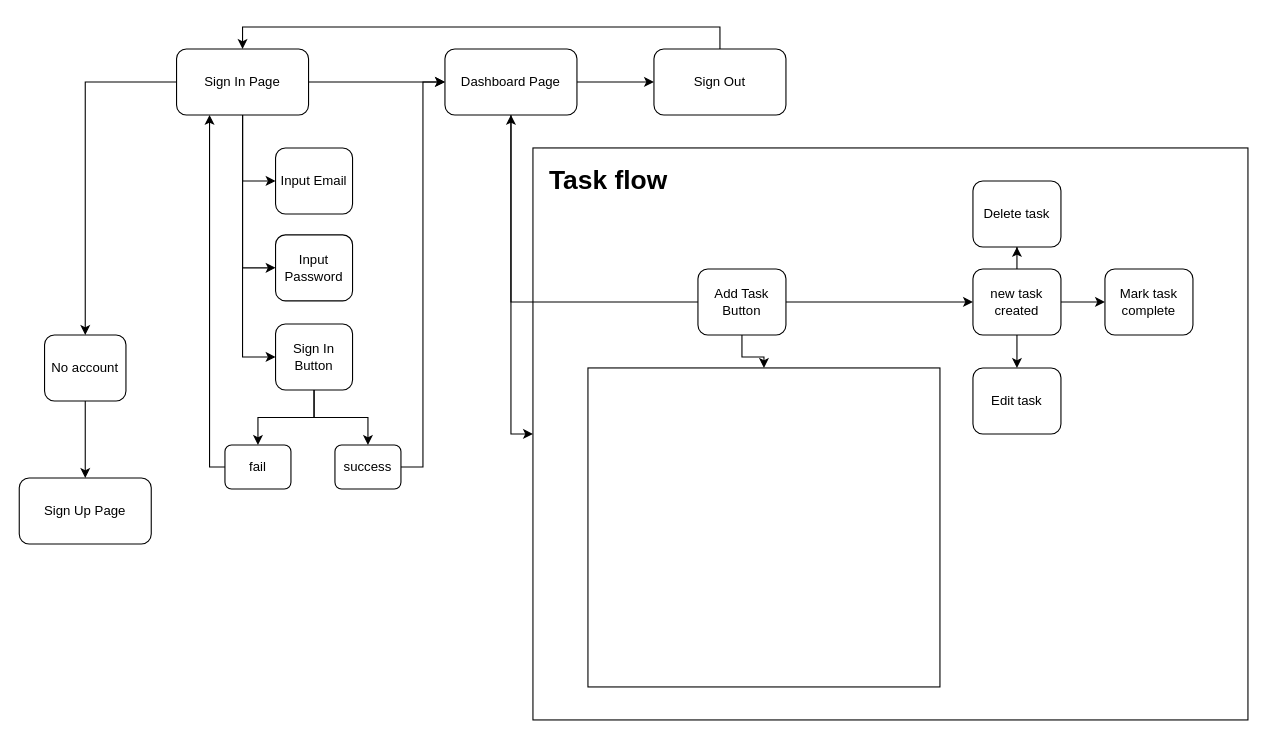
Before: activity_diagram.drawio in reaperxyndrome/my-todo, a draw.io diagram. Source tidied: cells renumbered, new cells numbered last; positions are measured from the earlier drawing's top-left corner, leaving out a move shared by most shapes. Both pictures are drawn from the tidied source at 110%, with x=0, y=0 at pixel (19, 26).
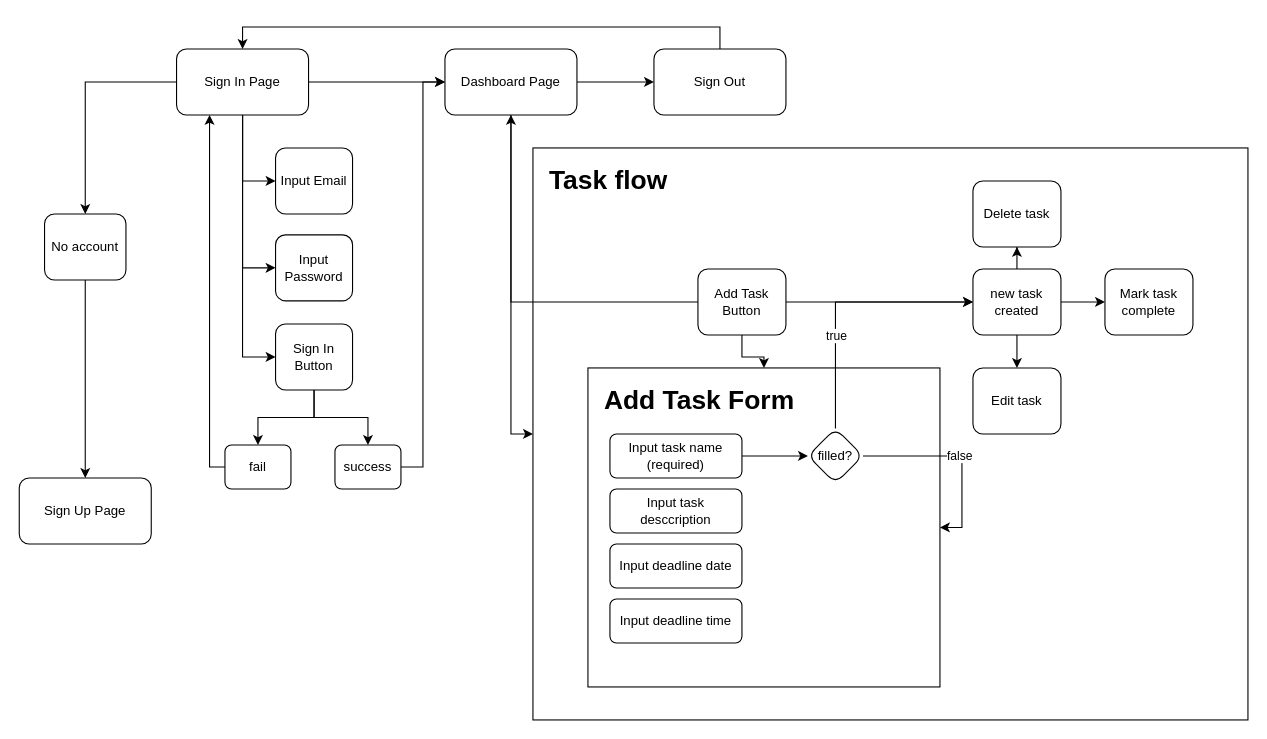
Above is the later version.

Unchanged cells that the change refers to:
```xml
<mxCell id="23" value="new task created" style="rounded=1;whiteSpace=wrap;html=1;" parent="1" vertex="1">
  <mxGeometry x="867" y="220" width="80" height="60" as="geometry" />
</mxCell>
<mxCell id="38" style="rounded=0;whiteSpace=wrap;html=1;" parent="1" vertex="1">
  <mxGeometry x="517" y="310" width="320" height="290" as="geometry" />
</mxCell>
```

The edit, as a diff of the source:
```diff
@@
     <mxCell id="30" value="No account" style="rounded=1;whiteSpace=wrap;html=1;" parent="1" vertex="1">
-      <mxGeometry x="23" y="280" width="74" height="60" as="geometry" />
+      <mxGeometry x="23" y="170" width="74" height="60" as="geometry" />
     </mxCell>
@@
+    <mxCell id="39" value="&lt;h1&gt;Add Task Form&lt;/h1&gt;" style="text;html=1;strokeColor=none;fillColor=none;spacing=5;spacingTop=-20;whiteSpace=wrap;overflow=hidden;rounded=0;" parent="1" vertex="1">
+      <mxGeometry x="527" y="320" width="190" height="40" as="geometry" />
+    </mxCell>
+    <mxCell id="40" style="edgeStyle=orthogonalEdgeStyle;rounded=0;jettySize=auto;html=1;" parent="1" edge="1" source="41" target="48">
+      <mxGeometry relative="1" as="geometry" />
+    </mxCell>
+    <mxCell id="41" value="Input task name (required)" style="rounded=1;whiteSpace=wrap;html=1;" parent="1" vertex="1">
+      <mxGeometry x="537" y="370" width="120" height="40" as="geometry" />
+    </mxCell>
+    <mxCell id="42" value="Input task desccription" style="rounded=1;whiteSpace=wrap;html=1;" parent="1" vertex="1">
+      <mxGeometry x="537" y="420" width="120" height="40" as="geometry" />
+    </mxCell>
+    <mxCell id="43" value="Input deadline date" style="rounded=1;whiteSpace=wrap;html=1;" parent="1" vertex="1">
+      <mxGeometry x="537" y="470" width="120" height="40" as="geometry" />
+    </mxCell>
+    <mxCell id="44" value="Input deadline time" style="rounded=1;whiteSpace=wrap;html=1;" parent="1" vertex="1">
+      <mxGeometry x="537" y="520" width="120" height="40" as="geometry" />
+    </mxCell>
+    <mxCell id="45" value="false" style="edgeStyle=orthogonalEdgeStyle;rounded=0;jettySize=auto;html=1;entryX=1;entryY=0.5;entryDx=0;entryDy=0;" parent="1" edge="1" source="48" target="38">
+      <mxGeometry relative="1" as="geometry">
+        <Array as="points">
+          <mxPoint x="857" y="390" />
+          <mxPoint x="857" y="455" />
+        </Array>
+      </mxGeometry>
+    </mxCell>
+    <mxCell id="46" style="edgeStyle=orthogonalEdgeStyle;rounded=0;jettySize=auto;html=1;" parent="1" edge="1" source="48" target="23">
+      <mxGeometry relative="1" as="geometry">
+        <Array as="points">
+          <mxPoint x="742" y="250" />
+        </Array>
+      </mxGeometry>
+    </mxCell>
+    <mxCell id="47" value="true" style="edgeLabel;html=1;align=center;verticalAlign=middle;" parent="46" vertex="1">
+      <mxGeometry x="-0.41" relative="1" as="geometry">
+        <mxPoint y="-14" as="offset" />
+      </mxGeometry>
+    </mxCell>
+    <mxCell id="48" value="filled?" style="rhombus;whiteSpace=wrap;html=1;rounded=1;" parent="1" vertex="1">
+      <mxGeometry x="717" y="365" width="50" height="50" as="geometry" />
+    </mxCell>
```
